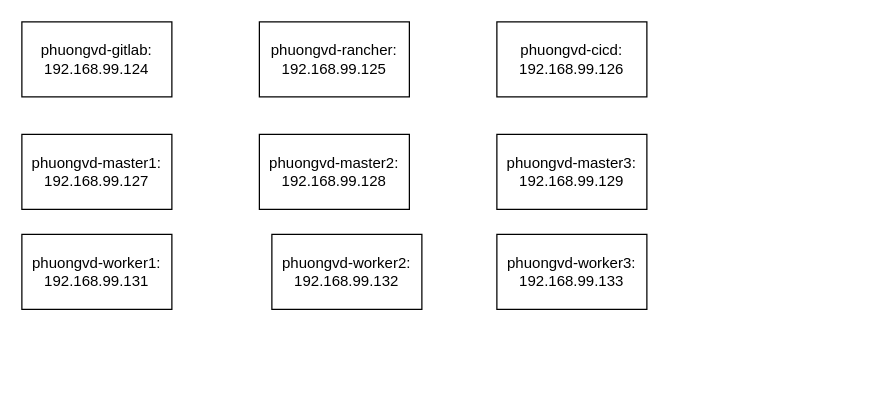
phuongvd7/rancherdocker keeps this draw.io diagram as Biểu đồ không có tiêu đề.drawio. Above is the earlier version. Source tidied: cells renumbered, new cells numbered last; positions are measured from the earlier drawing's top-left corner, leaving out a move shared by most shapes. Both pictures are drawn from the tidied source at 125%, with x=0, y=0 at pixel (21, 21).
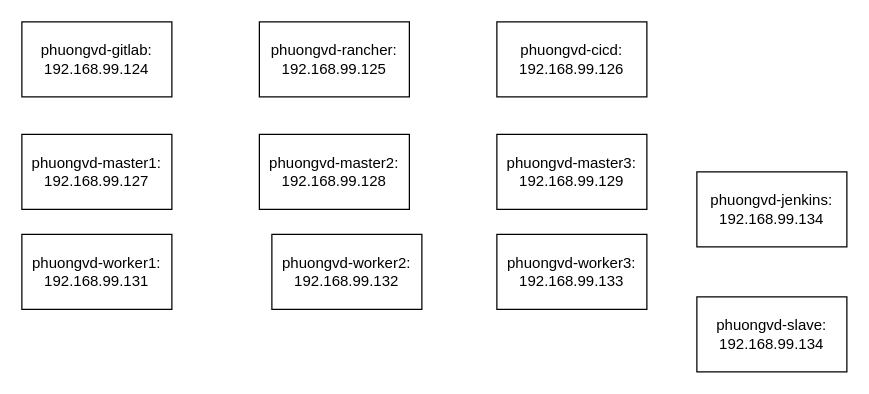
After the change.

Commit message:
Cập nhật Biểu đồ không có tiêu đề.drawio

What changed in the source:
```diff
@@
 <mxGraphModel>
   <root>
     <mxCell id="0" />
     <mxCell id="1" parent="0" />
     <mxCell id="2" value="phuongvd-gitlab:&lt;br&gt;192.168.99.124" style="rounded=0;whiteSpace=wrap;html=1;" parent="1" vertex="1">
       <mxGeometry width="120" height="60" as="geometry" />
     </mxCell>
     <mxCell id="3" value="phuongvd-rancher:&lt;br style=&quot;border-color: var(--border-color);&quot;&gt;192.168.99.125" style="rounded=0;whiteSpace=wrap;html=1;" parent="1" vertex="1">
       <mxGeometry x="190" width="120" height="60" as="geometry" />
     </mxCell>
     <mxCell id="4" value="phuongvd-cicd:&lt;br style=&quot;border-color: var(--border-color);&quot;&gt;192.168.99.126" style="rounded=0;whiteSpace=wrap;html=1;" parent="1" vertex="1">
       <mxGeometry x="380" width="120" height="60" as="geometry" />
     </mxCell>
     <mxCell id="5" value="phuongvd-master1:&lt;br&gt;192.168.99.127" style="rounded=0;whiteSpace=wrap;html=1;" parent="1" vertex="1">
       <mxGeometry y="90" width="120" height="60" as="geometry" />
     </mxCell>
     <mxCell id="6" value="phuongvd-master2:&lt;br&gt;192.168.99.128" style="rounded=0;whiteSpace=wrap;html=1;" parent="1" vertex="1">
       <mxGeometry x="190" y="90" width="120" height="60" as="geometry" />
     </mxCell>
     <mxCell id="7" value="phuongvd-master3:&lt;br&gt;192.168.99.129" style="rounded=0;whiteSpace=wrap;html=1;" parent="1" vertex="1">
       <mxGeometry x="380" y="90" width="120" height="60" as="geometry" />
     </mxCell>
     <mxCell id="8" value="phuongvd-worker1:&lt;br&gt;192.168.99.131" style="rounded=0;whiteSpace=wrap;html=1;" parent="1" vertex="1">
       <mxGeometry y="170" width="120" height="60" as="geometry" />
     </mxCell>
     <mxCell id="9" value="phuongvd-worker2:&lt;br&gt;192.168.99.132" style="rounded=0;whiteSpace=wrap;html=1;" parent="1" vertex="1">
       <mxGeometry x="200" y="170" width="120" height="60" as="geometry" />
     </mxCell>
     <mxCell id="10" value="phuongvd-worker3:&lt;br&gt;192.168.99.133" style="rounded=0;whiteSpace=wrap;html=1;" parent="1" vertex="1">
       <mxGeometry x="380" y="170" width="120" height="60" as="geometry" />
     </mxCell>
+    <mxCell id="11" value="phuongvd-jenkins:&lt;br style=&quot;border-color: var(--border-color);&quot;&gt;192.168.99.134" style="rounded=0;whiteSpace=wrap;html=1;" parent="1" vertex="1">
+      <mxGeometry x="540" y="120" width="120" height="60" as="geometry" />
+    </mxCell>
+    <mxCell id="12" value="phuongvd-slave:&lt;br style=&quot;border-color: var(--border-color);&quot;&gt;192.168.99.134" style="rounded=0;whiteSpace=wrap;html=1;" parent="1" vertex="1">
+      <mxGeometry x="540" y="220" width="120" height="60" as="geometry" />
+    </mxCell>
   </root>
 </mxGraphModel>
```
